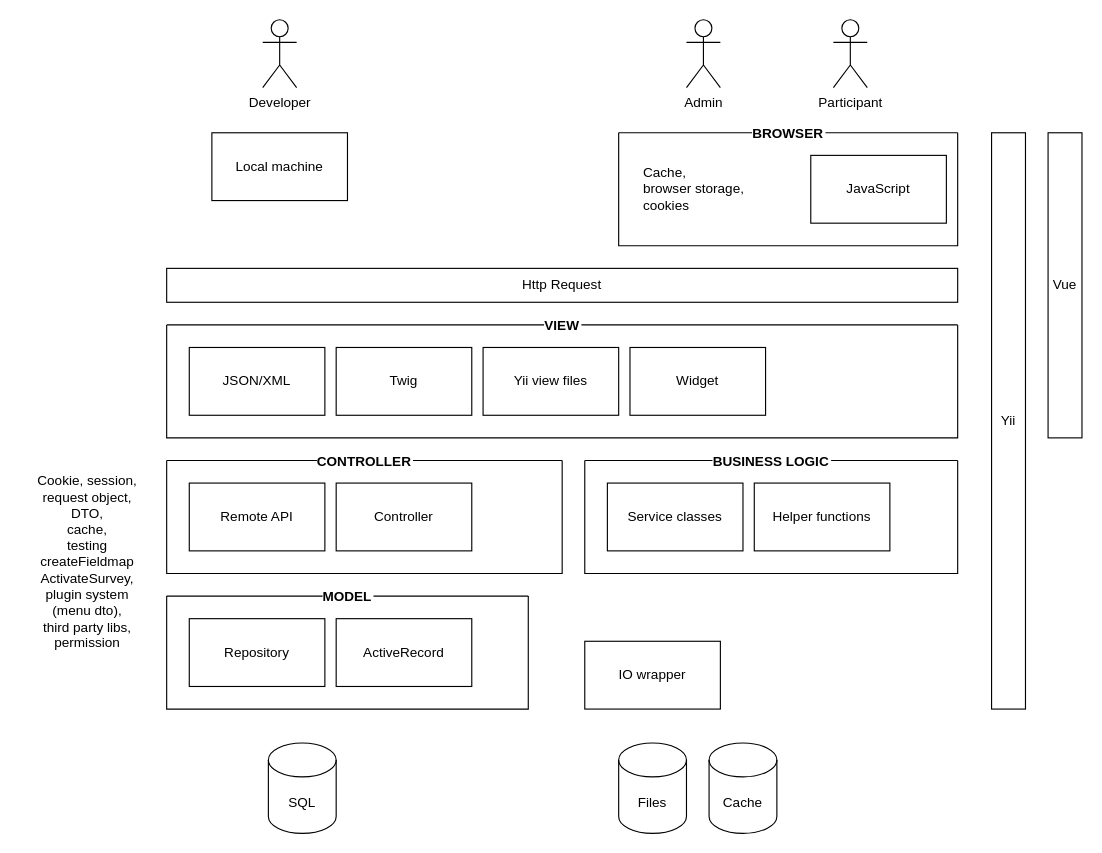
This is LS Arch.drawio from olleharstedt/diagrams.net, a draw.io file, before an edit. Source tidied: cells renumbered, new cells numbered last; positions are measured from the earlier drawing's top-left corner, leaving out a move shared by most shapes. Both pictures are drawn from the tidied source at 113%, with x=0, y=0 at pixel (19, 19).
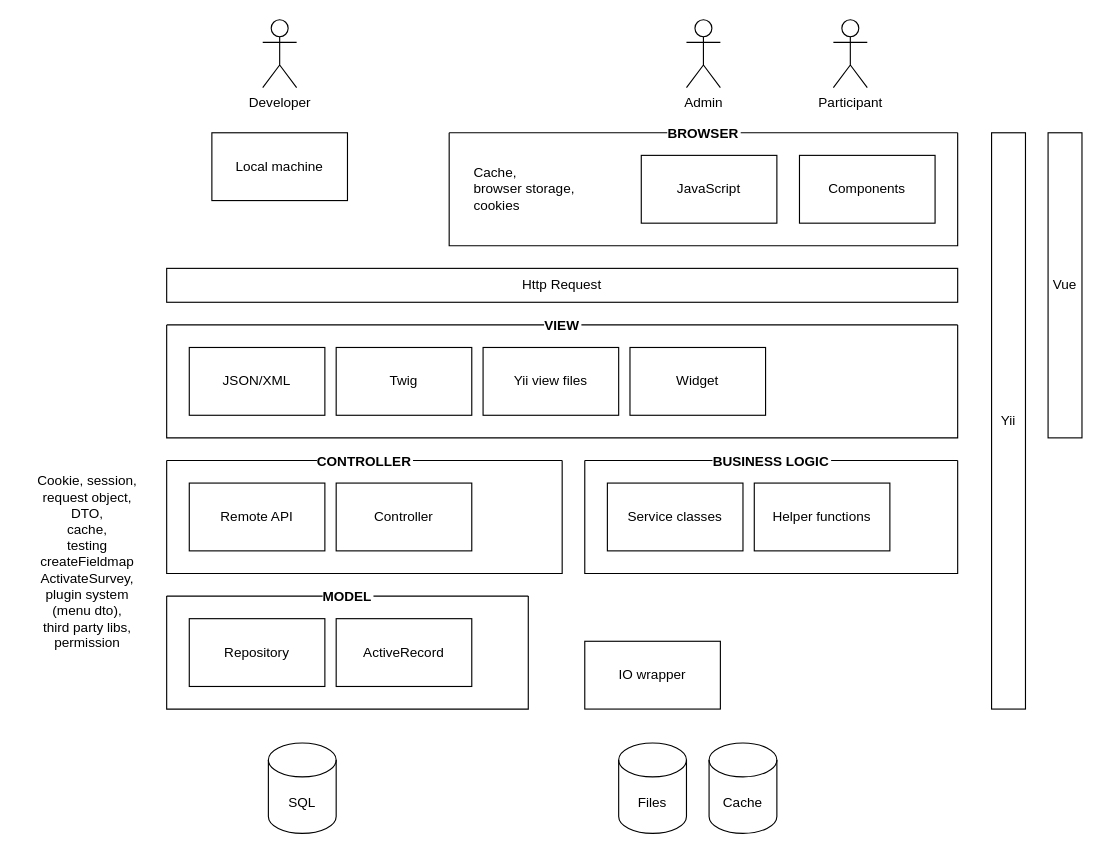
After the change.

The edit, as a diff of the source:
```diff
@@
     <mxCell id="23" value="BROWSER" style="swimlane;startSize=0;labelBackgroundColor=#ffffff;" parent="1" vertex="1">
-      <mxGeometry x="530" y="100" width="300" height="100" as="geometry" />
+      <mxGeometry x="380" y="100" width="450" height="100" as="geometry" />
     </mxCell>
@@
+    <mxCell id="31" value="Components" style="whiteSpace=wrap;html=1;" parent="23" vertex="1">
+      <mxGeometry x="310" y="20" width="120" height="60" as="geometry" />
+    </mxCell>
```
